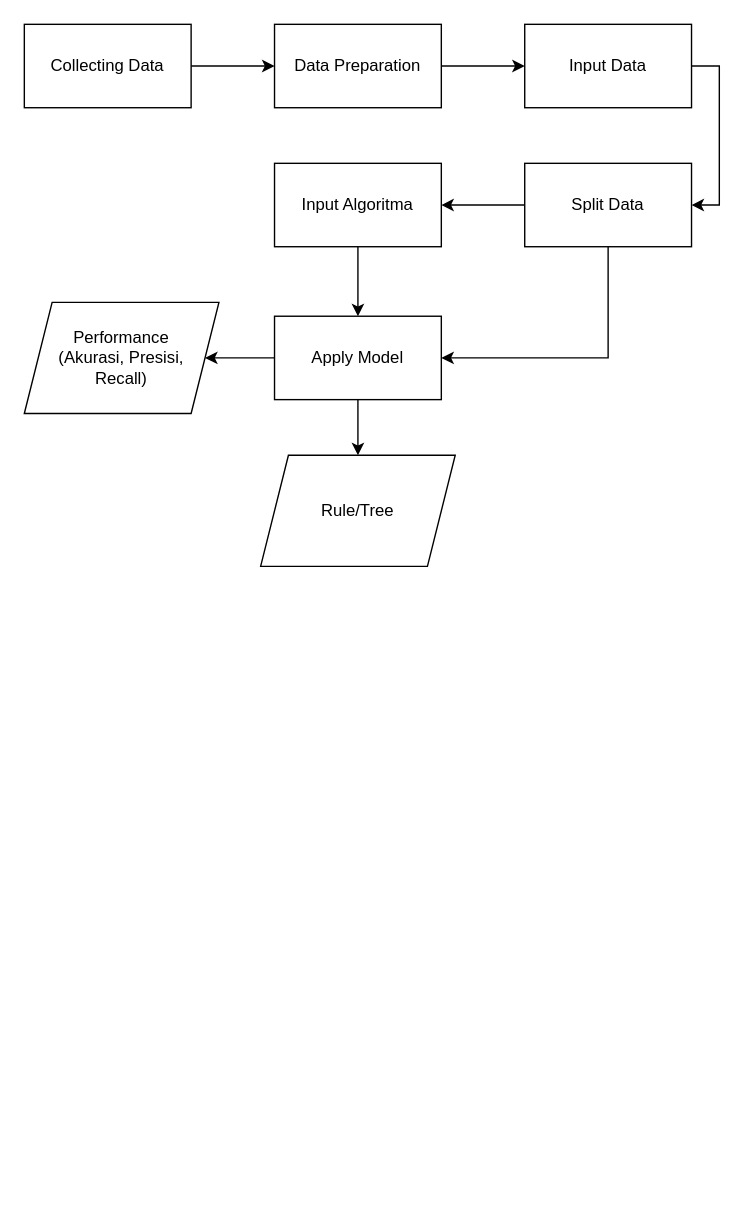
Above: page "Page-1" (1 of 2) of Untitled Diagram.drawio in hafizha19/Decision-Tree-Prediksi-Beasiswa-Tahfidz (draw.io), before the change. Source tidied: cells renumbered, new cells numbered last; positions are measured from the earlier drawing's top-left corner, leaving out a move shared by most shapes. Both pictures are drawn from the tidied source at 139%, with x=0, y=0 at pixel (24, 24).
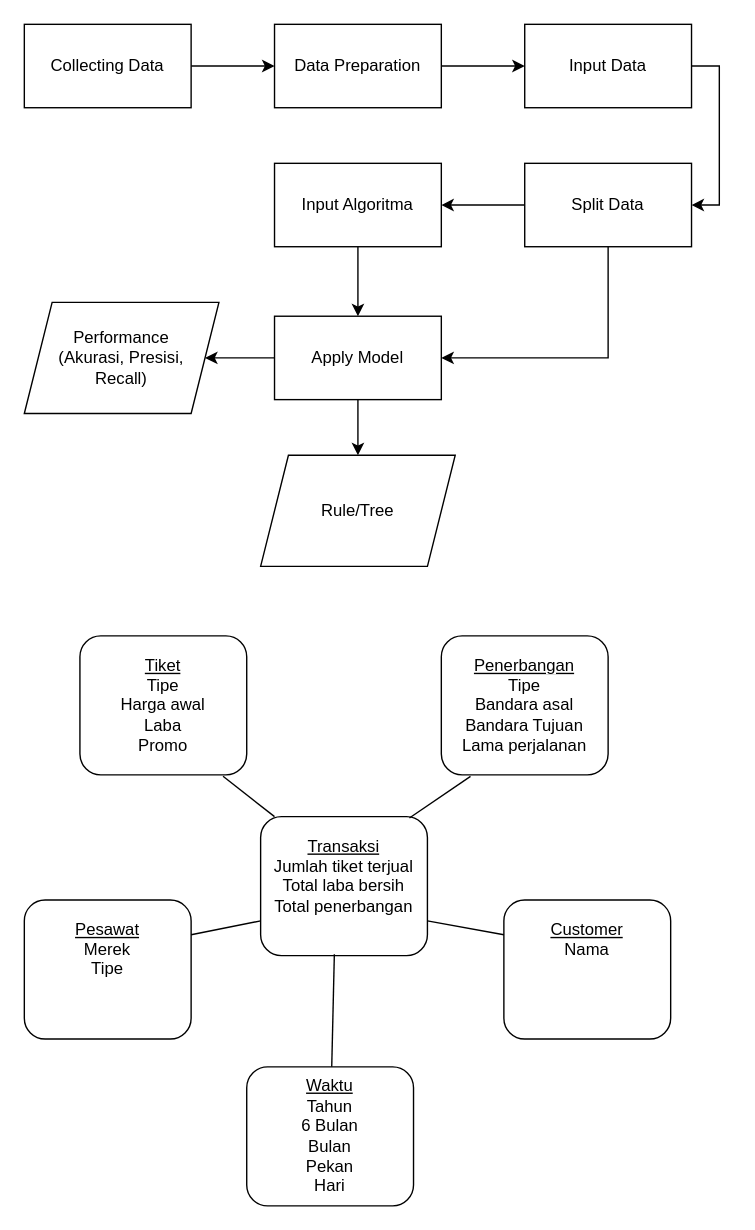
The same page after the edit.

Commit message:
Add star schema dw Diagram.drawio

What changed in the source:
```diff
@@
+    <mxCell id="18" value="&lt;div&gt;&lt;u&gt;Tiket&lt;/u&gt;&lt;/div&gt;&lt;div&gt;Tipe&lt;br&gt;Harga awal&lt;/div&gt;&lt;div&gt;Laba&lt;/div&gt;&lt;div&gt;Promo&lt;br&gt;&lt;/div&gt;" style="rounded=1;whiteSpace=wrap;html=1;" parent="1" vertex="1">
+      <mxGeometry x="40" y="440" width="120" height="100" as="geometry" />
+    </mxCell>
+    <mxCell id="19" value="&lt;div&gt;&lt;u&gt;Transaksi&lt;/u&gt;&lt;/div&gt;&lt;div&gt;Jumlah tiket terjual&lt;/div&gt;&lt;div&gt;Total laba bersih&lt;/div&gt;&lt;div&gt;Total penerbangan&lt;u&gt;&lt;br&gt;&lt;/u&gt;&lt;/div&gt;&lt;div&gt;&lt;u&gt;&lt;br&gt;&lt;/u&gt;&lt;/div&gt;" style="rounded=1;whiteSpace=wrap;html=1;" parent="1" vertex="1">
+      <mxGeometry x="170" y="570" width="120" height="100" as="geometry" />
+    </mxCell>
+    <mxCell id="20" value="&lt;div&gt;&lt;u&gt;Penerbangan&lt;/u&gt;&lt;/div&gt;&lt;div&gt;Tipe&lt;br&gt;Bandara asal&lt;br&gt;&lt;/div&gt;&lt;div&gt;Bandara Tujuan&lt;br&gt;&lt;/div&gt;&lt;div&gt;Lama perjalanan&lt;br&gt;&lt;/div&gt;" style="rounded=1;whiteSpace=wrap;html=1;" parent="1" vertex="1">
+      <mxGeometry x="300" y="440" width="120" height="100" as="geometry" />
+    </mxCell>
+    <mxCell id="21" value="&lt;div&gt;&lt;u&gt;Pesawat&lt;/u&gt;&lt;/div&gt;&lt;div&gt;Merek&lt;br&gt;Tipe&lt;br&gt;&lt;/div&gt;&lt;div&gt;&lt;br&gt;&lt;/div&gt;&lt;div&gt;&lt;br&gt;&lt;/div&gt;" style="rounded=1;whiteSpace=wrap;html=1;" parent="1" vertex="1">
+      <mxGeometry y="630" width="120" height="100" as="geometry" />
+    </mxCell>
+    <mxCell id="22" value="&lt;div&gt;&lt;u&gt;Customer&lt;/u&gt;&lt;/div&gt;&lt;div&gt;Nama&lt;br&gt;&lt;br&gt;&lt;/div&gt;&lt;div&gt;&lt;br&gt;&lt;/div&gt;&lt;div&gt;&lt;br&gt;&lt;/div&gt;" style="rounded=1;whiteSpace=wrap;html=1;" parent="1" vertex="1">
+      <mxGeometry x="345" y="630" width="120" height="100" as="geometry" />
+    </mxCell>
+    <mxCell id="23" style="endArrow=none;html=1;exitX=0.858;exitY=1.01;exitDx=0;exitDy=0;exitPerimeter=0;" parent="1" edge="1" source="18">
+      <mxGeometry relative="1" as="geometry">
+        <mxPoint x="180" y="570" as="targetPoint" />
+      </mxGeometry>
+    </mxCell>
+    <mxCell id="24" style="endArrow=none;html=1;exitX=1;exitY=0.25;exitDx=0;exitDy=0;entryX=0;entryY=0.75;entryDx=0;entryDy=0;" parent="1" edge="1" source="21" target="19">
+      <mxGeometry relative="1" as="geometry" />
+    </mxCell>
+    <mxCell id="25" style="endArrow=none;html=1;entryX=0.892;entryY=0.01;entryDx=0;entryDy=0;exitX=0.175;exitY=1.01;exitDx=0;exitDy=0;exitPerimeter=0;entryPerimeter=0;" parent="1" edge="1" source="20" target="19">
+      <mxGeometry relative="1" as="geometry" />
+    </mxCell>
+    <mxCell id="26" style="endArrow=none;html=1;exitX=0;exitY=0.25;exitDx=0;exitDy=0;entryX=1;entryY=0.75;entryDx=0;entryDy=0;" parent="1" edge="1" source="22" target="19">
+      <mxGeometry relative="1" as="geometry" />
+    </mxCell>
+    <mxCell id="27" value="&lt;div&gt;&lt;u&gt;Waktu&lt;/u&gt;&lt;/div&gt;&lt;div&gt;Tahun&lt;/div&gt;&lt;div&gt;6 Bulan&lt;/div&gt;&lt;div&gt;Bulan&lt;/div&gt;&lt;div&gt;Pekan&lt;/div&gt;&lt;div&gt;Hari&lt;br&gt;&lt;/div&gt;" style="rounded=1;whiteSpace=wrap;html=1;" parent="1" vertex="1">
+      <mxGeometry x="160" y="750" width="120" height="100" as="geometry" />
+    </mxCell>
+    <mxCell id="28" style="endArrow=none;html=1;exitX=0.442;exitY=0.99;exitDx=0;exitDy=0;exitPerimeter=0;" parent="1" edge="1" source="19" target="27">
+      <mxGeometry relative="1" as="geometry" />
+    </mxCell>
```
